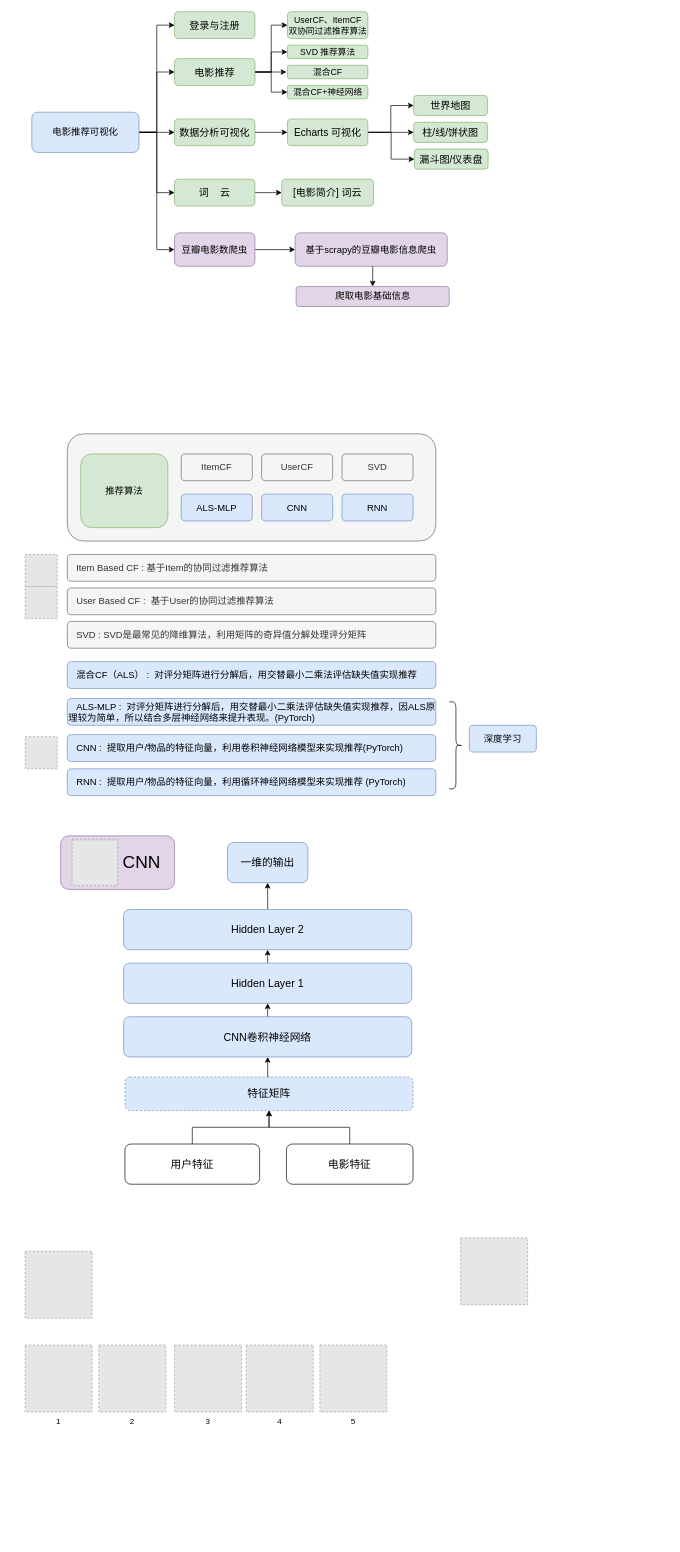
Before: FLASK/26-RNN电影推荐可视化.drawio in redcomet88/DRAW, a draw.io diagram. Source tidied: cells renumbered, new cells numbered last; positions are measured from the earlier drawing's top-left corner, leaving out a move shared by most shapes. Both pictures are drawn from the tidied source at 67%, with x=0, y=0 at pixel (25, 11). Pictures stored in the file or linked from it are replaced by grey dashed boxes.
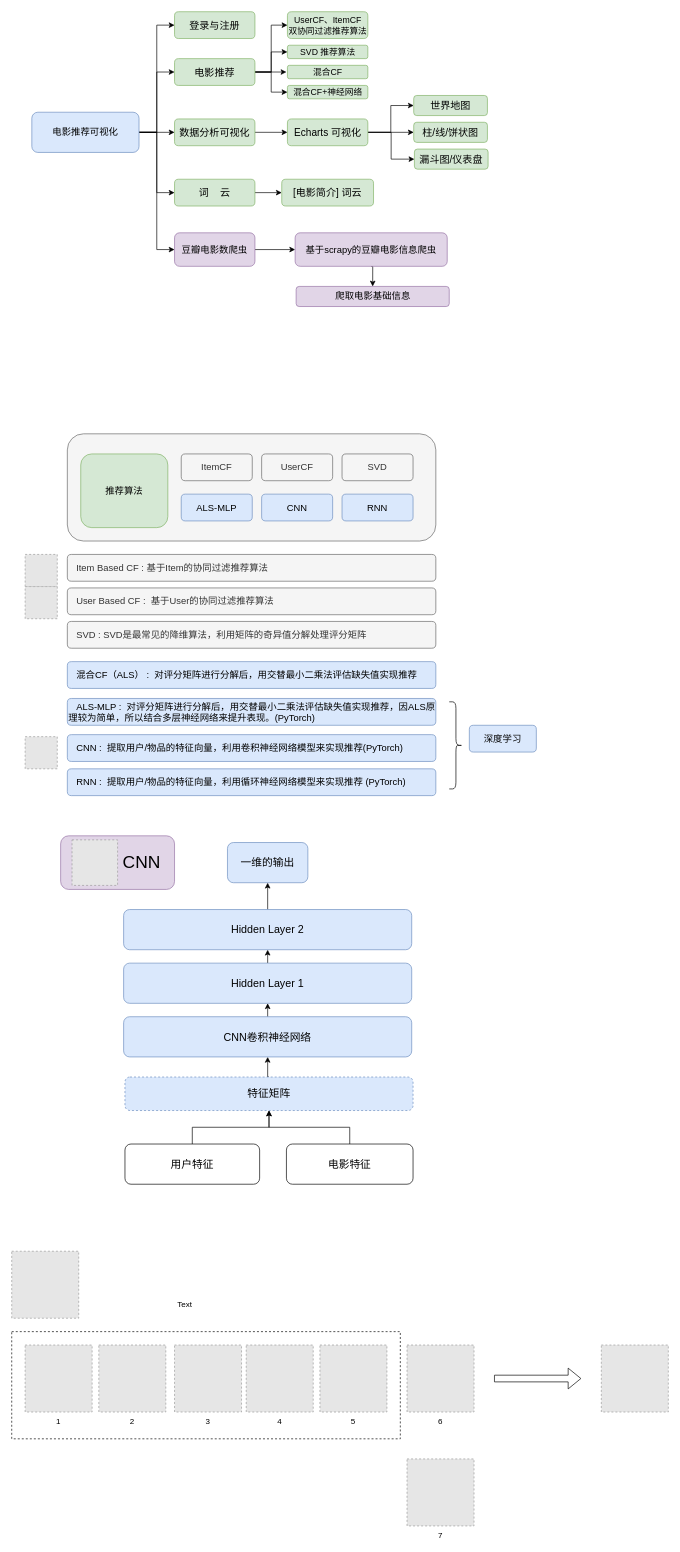
After the change.

Commit message:
更新26-RNN电影推荐可视化.drawio

Diff of the diagram source:
```diff
@@
+    <mxCell id="77" style="rounded=0;whiteSpace=wrap;html=1;dashed=1;" parent="1" vertex="1">
+      <mxGeometry x="-20" y="1970" width="580" height="160" as="geometry" />
+    </mxCell>
@@
     <mxCell id="70" style="fillColor=#E6E6E6;strokeColor=#999999;dashed=1;verticalLabelPosition=bottom;labelBackgroundColor=default;verticalAlign=top;" parent="1" vertex="1">
-      <mxGeometry x="650" y="1830" width="100" height="100" as="geometry" />
+      <mxGeometry x="860" y="1990" width="100" height="100" as="geometry" />
     </mxCell>
     <mxCell id="71" style="fillColor=#E6E6E6;strokeColor=#999999;dashed=1;verticalLabelPosition=bottom;labelBackgroundColor=default;verticalAlign=top;" parent="1" vertex="1">
-      <mxGeometry y="1850" width="100" height="100" as="geometry" />
+      <mxGeometry x="-20" y="1850" width="100" height="100" as="geometry" />
     </mxCell>
@@
+    <mxCell id="78" style="edgeStyle=orthogonalEdgeStyle;shape=flexArrow;rounded=0;orthogonalLoop=1;jettySize=auto;html=1;" parent="1" edge="1">
+      <mxGeometry relative="1" as="geometry">
+        <mxPoint x="700" y="2040" as="sourcePoint" />
+        <mxPoint x="830" y="2040" as="targetPoint" />
+      </mxGeometry>
+    </mxCell>
+    <mxCell id="79" value="6" style="fillColor=#E6E6E6;strokeColor=#999999;dashed=1;verticalLabelPosition=bottom;labelBackgroundColor=default;verticalAlign=top;" parent="1" vertex="1">
+      <mxGeometry x="570" y="1990" width="100" height="100" as="geometry" />
+    </mxCell>
+    <mxCell id="80" value="Text" style="text;html=1;strokeColor=none;fillColor=none;align=center;verticalAlign=middle;whiteSpace=wrap;rounded=0;dashed=1;" parent="1" vertex="1">
+      <mxGeometry x="110" y="1910" width="257" height="40" as="geometry" />
+    </mxCell>
+    <mxCell id="81" value="7" style="fillColor=#E6E6E6;strokeColor=#999999;dashed=1;verticalLabelPosition=bottom;labelBackgroundColor=default;verticalAlign=top;" parent="1" vertex="1">
+      <mxGeometry x="570" y="2160" width="100" height="100" as="geometry" />
+    </mxCell>
```
